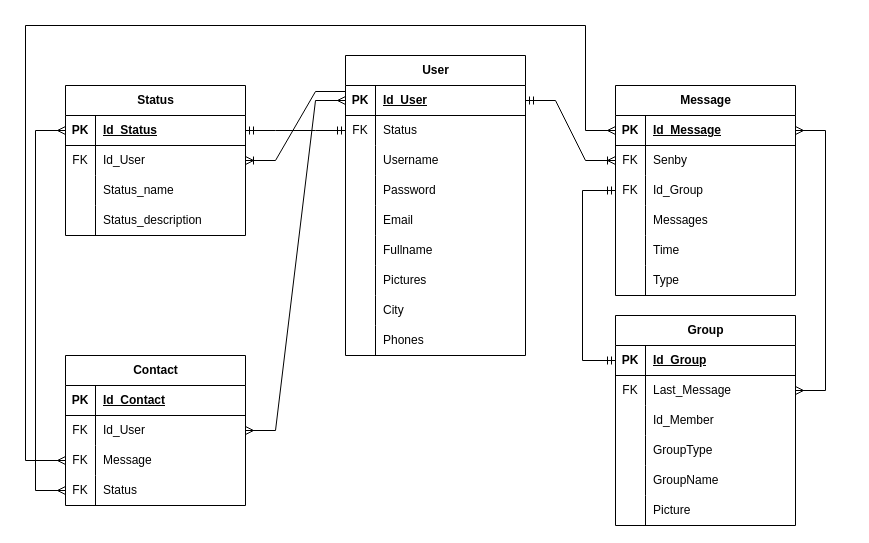
This is backend/model/ERD.drawio from billzayy/Mobile_Chat_App, a draw.io file, before an edit. Source tidied: cells renumbered, new cells numbered last; positions are measured from the earlier drawing's top-left corner, leaving out a move shared by most shapes. Both pictures are drawn from the tidied source at 100%, with x=0, y=0 at pixel (25, 25).
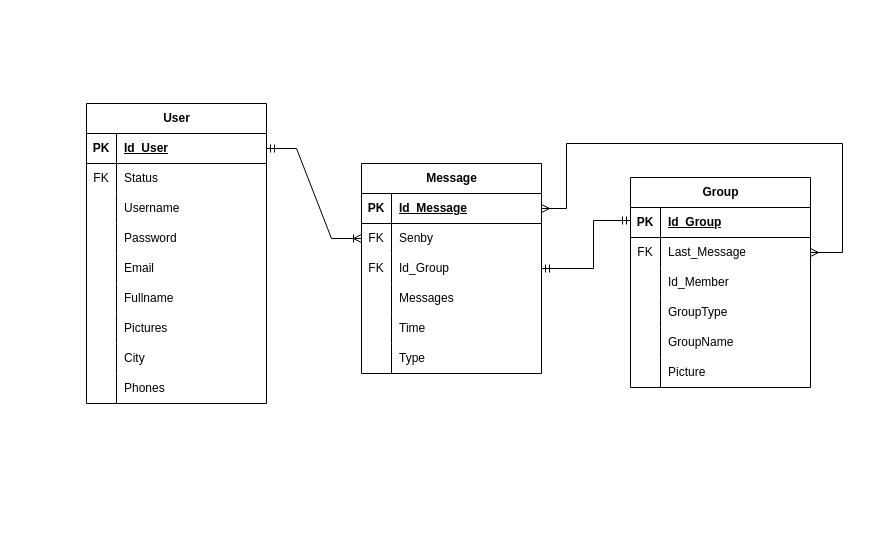
After the change.

Unchanged cells that the change refers to:
```xml
<mxCell id="3" style="shape=tableRow;horizontal=0;startSize=0;swimlaneHead=0;swimlaneBody=0;fillColor=none;points=[[0,0.5],[1,0.5]];portConstraint=eastwest;top=0;left=0;right=0;bottom=1;" parent="2" vertex="1">
  <mxGeometry y="30" width="180" height="30" as="geometry" />
</mxCell>
<mxCell id="6" style="shape=tableRow;horizontal=0;startSize=0;swimlaneHead=0;swimlaneBody=0;fillColor=none;points=[[0,0.5],[1,0.5]];portConstraint=eastwest;top=0;left=0;right=0;bottom=0;" parent="2" vertex="1">
  <mxGeometry y="60" width="180" height="30" as="geometry" />
</mxCell>
<mxCell id="44" style="shape=tableRow;horizontal=0;startSize=0;swimlaneHead=0;swimlaneBody=0;fillColor=none;points=[[0,0.5],[1,0.5]];portConstraint=eastwest;top=0;left=0;right=0;bottom=1;" parent="43" vertex="1">
  <mxGeometry y="30" width="180" height="30" as="geometry" />
</mxCell>
<mxCell id="47" style="shape=tableRow;horizontal=0;startSize=0;swimlaneHead=0;swimlaneBody=0;fillColor=none;points=[[0,0.5],[1,0.5]];portConstraint=eastwest;top=0;left=0;right=0;bottom=0;" parent="43" vertex="1">
  <mxGeometry y="60" width="180" height="30" as="geometry" />
</mxCell>
<mxCell id="63" style="shape=tableRow;horizontal=0;startSize=0;swimlaneHead=0;swimlaneBody=0;fillColor=none;points=[[0,0.5],[1,0.5]];portConstraint=eastwest;top=0;left=0;right=0;bottom=1;" parent="62" vertex="1">
  <mxGeometry y="30" width="180" height="30" as="geometry" />
</mxCell>
<mxCell id="66" style="shape=tableRow;horizontal=0;startSize=0;swimlaneHead=0;swimlaneBody=0;fillColor=none;points=[[0,0.5],[1,0.5]];portConstraint=eastwest;top=0;left=0;right=0;bottom=0;" parent="62" vertex="1">
  <mxGeometry y="60" width="180" height="30" as="geometry" />
</mxCell>
<mxCell id="69" style="shape=tableRow;horizontal=0;startSize=0;swimlaneHead=0;swimlaneBody=0;fillColor=none;points=[[0,0.5],[1,0.5]];portConstraint=eastwest;top=0;left=0;right=0;bottom=0;" parent="62" vertex="1">
  <mxGeometry y="90" width="180" height="30" as="geometry" />
</mxCell>
```

Diff of the diagram source:
```diff
@@
     <mxCell id="2" value="User" style="shape=table;startSize=30;childLayout=tableLayout;rowLines=0;fontStyle=1;align=center;html=1;" parent="1" vertex="1">
-      <mxGeometry x="320" y="30" width="180" height="300" as="geometry" />
+      <mxGeometry x="61" y="78" width="180" height="300" as="geometry" />
     </mxCell>
@@
-    <mxCell id="30" value="Status" style="shape=table;startSize=30;childLayout=tableLayout;rowLines=0;fontStyle=1;align=center;html=1;" parent="1" vertex="1">
-      <mxGeometry x="40" y="60" width="180" height="150" as="geometry" />
-    </mxCell>
-    <mxCell id="31" style="shape=tableRow;horizontal=0;startSize=0;swimlaneHead=0;swimlaneBody=0;fillColor=none;points=[[0,0.5],[1,0.5]];portConstraint=eastwest;top=0;left=0;right=0;bottom=1;" parent="30" vertex="1">
-      <mxGeometry y="30" width="180" height="30" as="geometry" />
-    </mxCell>
-    <mxCell id="32" value="PK" style="shape=partialRectangle;fillColor=none;top=0;left=0;bottom=0;right=0;fontStyle=1;overflow=hidden;whiteSpace=wrap;html=1;" parent="31" vertex="1">
-      <mxGeometry width="30" height="30" as="geometry" />
-    </mxCell>
-    <mxCell id="33" value="Id_Status" style="shape=partialRectangle;fillColor=none;top=0;left=0;bottom=0;right=0;align=left;spacingLeft=6;fontStyle=5;overflow=hidden;whiteSpace=wrap;html=1;" parent="31" vertex="1">
-      <mxGeometry x="30" width="150" height="30" as="geometry" />
-    </mxCell>
-    <mxCell id="34" style="shape=tableRow;horizontal=0;startSize=0;swimlaneHead=0;swimlaneBody=0;fillColor=none;points=[[0,0.5],[1,0.5]];portConstraint=eastwest;top=0;left=0;right=0;bottom=0;" parent="30" vertex="1">
-      <mxGeometry y="60" width="180" height="30" as="geometry" />
-    </mxCell>
-    <mxCell id="35" value="FK" style="shape=partialRectangle;fillColor=none;top=0;left=0;bottom=0;right=0;overflow=hidden;whiteSpace=wrap;html=1;" parent="34" vertex="1">
-      <mxGeometry width="30" height="30" as="geometry" />
-    </mxCell>
-    <mxCell id="36" value="Id_User" style="shape=partialRectangle;fillColor=none;top=0;left=0;bottom=0;right=0;align=left;spacingLeft=6;overflow=hidden;whiteSpace=wrap;html=1;" parent="34" vertex="1">
-      <mxGeometry x="30" width="150" height="30" as="geometry" />
-    </mxCell>
-    <mxCell id="37" style="shape=tableRow;horizontal=0;startSize=0;swimlaneHead=0;swimlaneBody=0;fillColor=none;top=0;left=0;right=0;bottom=0;" parent="30" vertex="1">
-      <mxGeometry y="90" width="180" height="30" as="geometry" />
-    </mxCell>
-    <mxCell id="38" style="shape=partialRectangle;fillColor=none;top=0;left=0;bottom=0;right=0;overflow=hidden;whiteSpace=wrap;html=1;" parent="37" vertex="1">
-      <mxGeometry width="30" height="30" as="geometry" />
-    </mxCell>
-    <mxCell id="39" value="Status_name" style="shape=partialRectangle;fillColor=none;top=0;left=0;bottom=0;right=0;align=left;spacingLeft=6;overflow=hidden;whiteSpace=wrap;html=1;" parent="37" vertex="1">
-      <mxGeometry x="30" width="150" height="30" as="geometry" />
-    </mxCell>
-    <mxCell id="40" style="shape=tableRow;horizontal=0;startSize=0;swimlaneHead=0;swimlaneBody=0;fillColor=none;top=0;left=0;right=0;bottom=0;" parent="30" vertex="1">
-      <mxGeometry y="120" width="180" height="30" as="geometry" />
-    </mxCell>
-    <mxCell id="41" style="shape=partialRectangle;fillColor=none;top=0;left=0;bottom=0;right=0;overflow=hidden;whiteSpace=wrap;html=1;" parent="40" vertex="1">
-      <mxGeometry width="30" height="30" as="geometry" />
-    </mxCell>
-    <mxCell id="42" value="Status_description" style="shape=partialRectangle;fillColor=none;top=0;left=0;bottom=0;right=0;align=left;spacingLeft=6;overflow=hidden;whiteSpace=wrap;html=1;" parent="40" vertex="1">
-      <mxGeometry x="30" width="150" height="30" as="geometry" />
-    </mxCell>
     <mxCell id="43" value="Group" style="shape=table;startSize=30;childLayout=tableLayout;rowLines=0;fontStyle=1;align=center;html=1;" parent="1" vertex="1">
-      <mxGeometry x="590" y="290" width="180" height="210" as="geometry" />
+      <mxGeometry x="605" y="152" width="180" height="210" as="geometry" />
     </mxCell>
@@
     <mxCell id="62" value="Message" style="shape=table;startSize=30;childLayout=tableLayout;rowLines=0;fontStyle=1;align=center;html=1;" parent="1" vertex="1">
-      <mxGeometry x="590" y="60" width="180" height="210" as="geometry" />
+      <mxGeometry x="336" y="138" width="180" height="210" as="geometry" />
     </mxCell>
@@
-    <mxCell id="81" value="Contact" style="shape=table;startSize=30;childLayout=tableLayout;rowLines=0;fontStyle=1;align=center;html=1;" parent="1" vertex="1">
-      <mxGeometry x="40" y="330" width="180" height="150" as="geometry" />
-    </mxCell>
-    <mxCell id="82" style="shape=tableRow;horizontal=0;startSize=0;swimlaneHead=0;swimlaneBody=0;fillColor=none;top=0;left=0;right=0;bottom=1;" parent="81" vertex="1">
-      <mxGeometry y="30" width="180" height="30" as="geometry" />
-    </mxCell>
-    <mxCell id="83" value="PK" style="shape=partialRectangle;fillColor=none;top=0;left=0;bottom=0;right=0;fontStyle=1;overflow=hidden;whiteSpace=wrap;html=1;" parent="82" vertex="1">
-      <mxGeometry width="30" height="30" as="geometry" />
-    </mxCell>
-    <mxCell id="84" value="Id_Contact" style="shape=partialRectangle;fillColor=none;top=0;left=0;bottom=0;right=0;align=left;spacingLeft=6;fontStyle=5;overflow=hidden;whiteSpace=wrap;html=1;" parent="82" vertex="1">
-      <mxGeometry x="30" width="150" height="30" as="geometry" />
-    </mxCell>
-    <mxCell id="85" style="shape=tableRow;horizontal=0;startSize=0;swimlaneHead=0;swimlaneBody=0;fillColor=none;points=[[0,0.5],[1,0.5]];portConstraint=eastwest;top=0;left=0;right=0;bottom=0;" parent="81" vertex="1">
-      <mxGeometry y="60" width="180" height="30" as="geometry" />
-    </mxCell>
-    <mxCell id="86" value="FK" style="shape=partialRectangle;fillColor=none;top=0;left=0;bottom=0;right=0;overflow=hidden;whiteSpace=wrap;html=1;" parent="85" vertex="1">
-      <mxGeometry width="30" height="30" as="geometry" />
-    </mxCell>
-    <mxCell id="87" value="Id_User" style="shape=partialRectangle;fillColor=none;top=0;left=0;bottom=0;right=0;align=left;spacingLeft=6;overflow=hidden;whiteSpace=wrap;html=1;" parent="85" vertex="1">
-      <mxGeometry x="30" width="150" height="30" as="geometry" />
-    </mxCell>
-    <mxCell id="88" style="shape=tableRow;horizontal=0;startSize=0;swimlaneHead=0;swimlaneBody=0;fillColor=none;points=[[0,0.5],[1,0.5]];portConstraint=eastwest;top=0;left=0;right=0;bottom=0;" parent="81" vertex="1">
-      <mxGeometry y="90" width="180" height="30" as="geometry" />
-    </mxCell>
-    <mxCell id="89" value="FK" style="shape=partialRectangle;fillColor=none;top=0;left=0;bottom=0;right=0;overflow=hidden;whiteSpace=wrap;html=1;" parent="88" vertex="1">
-      <mxGeometry width="30" height="30" as="geometry" />
-    </mxCell>
-    <mxCell id="90" value="Message" style="shape=partialRectangle;fillColor=none;top=0;left=0;bottom=0;right=0;align=left;spacingLeft=6;overflow=hidden;whiteSpace=wrap;html=1;" parent="88" vertex="1">
-      <mxGeometry x="30" width="150" height="30" as="geometry" />
-    </mxCell>
-    <mxCell id="91" style="shape=tableRow;horizontal=0;startSize=0;swimlaneHead=0;swimlaneBody=0;fillColor=none;points=[[0,0.5],[1,0.5]];portConstraint=eastwest;top=0;left=0;right=0;bottom=0;" parent="81" vertex="1">
-      <mxGeometry y="120" width="180" height="30" as="geometry" />
-    </mxCell>
-    <mxCell id="92" value="FK" style="shape=partialRectangle;fillColor=none;top=0;left=0;bottom=0;right=0;overflow=hidden;whiteSpace=wrap;html=1;" parent="91" vertex="1">
-      <mxGeometry width="30" height="30" as="geometry" />
-    </mxCell>
-    <mxCell id="93" value="Status" style="shape=partialRectangle;fillColor=none;top=0;left=0;bottom=0;right=0;align=left;spacingLeft=6;overflow=hidden;whiteSpace=wrap;html=1;" parent="91" vertex="1">
-      <mxGeometry x="30" width="150" height="30" as="geometry" />
-    </mxCell>
-    <mxCell id="94" style="edgeStyle=entityRelationEdgeStyle;fontSize=12;html=1;endArrow=ERoneToMany;rounded=0;exitX=0;exitY=0.2;exitDx=0;exitDy=0;entryX=1;entryY=0.5;entryDx=0;entryDy=0;exitPerimeter=0;" parent="1" edge="1" source="3" target="34">
-      <mxGeometry relative="1" as="geometry" />
-    </mxCell>
-    <mxCell id="95" style="edgeStyle=entityRelationEdgeStyle;fontSize=12;html=1;endArrow=ERmandOne;startArrow=ERmandOne;rounded=0;exitX=1;exitY=0.5;exitDx=0;exitDy=0;entryX=0;entryY=0.5;entryDx=0;entryDy=0;" parent="1" edge="1" source="31" target="6">
-      <mxGeometry relative="1" as="geometry" />
-    </mxCell>
-    <mxCell id="96" style="edgeStyle=entityRelationEdgeStyle;fontSize=12;html=1;endArrow=ERoneToMany;startArrow=ERmandOne;rounded=0;exitX=1;exitY=0.5;exitDx=0;exitDy=0;" parent="1" edge="1" source="3">
-      <mxGeometry relative="1" as="geometry">
-        <mxPoint x="590" y="135" as="targetPoint" />
-      </mxGeometry>
+    <mxCell id="96" style="edgeStyle=entityRelationEdgeStyle;fontSize=12;html=1;endArrow=ERoneToMany;startArrow=ERmandOne;rounded=0;exitX=1;exitY=0.5;exitDx=0;exitDy=0;entryX=0;entryY=0.5;entryDx=0;entryDy=0;" parent="1" edge="1" source="3" target="66">
+      <mxGeometry relative="1" as="geometry" />
     </mxCell>
-    <mxCell id="97" style="edgeStyle=entityRelationEdgeStyle;fontSize=12;html=1;endArrow=ERmany;startArrow=ERmany;rounded=0;entryX=1;entryY=0.5;entryDx=0;entryDy=0;exitX=1;exitY=0.5;exitDx=0;exitDy=0;" parent="1" edge="1" source="63" target="47">
-      <mxGeometry relative="1" as="geometry" />
+    <mxCell id="97" style="edgeStyle=orthogonalEdgeStyle;fontSize=12;html=1;endArrow=ERmany;startArrow=ERmany;rounded=0;exitX=1;exitY=0.5;exitDx=0;exitDy=0;entryX=1;entryY=0.5;entryDx=0;entryDy=0;" parent="1" edge="1" source="63" target="47">
+      <mxGeometry relative="1" as="geometry">
+        <Array as="points">
+          <mxPoint x="541" y="183" />
+          <mxPoint x="541" y="118" />
+          <mxPoint x="817" y="118" />
+          <mxPoint x="817" y="227" />
+        </Array>
+      </mxGeometry>
     </mxCell>
-    <mxCell id="98" style="edgeStyle=entityRelationEdgeStyle;fontSize=12;html=1;endArrow=ERmany;startArrow=ERmany;rounded=0;exitX=1;exitY=0.5;exitDx=0;exitDy=0;entryX=0;entryY=0.5;entryDx=0;entryDy=0;" parent="1" edge="1" source="85" target="3">
-      <mxGeometry relative="1" as="geometry" />
-    </mxCell>
-    <mxCell id="99" style="edgeStyle=orthogonalEdgeStyle;fontSize=12;html=1;endArrow=ERmany;startArrow=ERmany;rounded=0;entryX=0;entryY=0.5;entryDx=0;entryDy=0;exitX=0;exitY=0.5;exitDx=0;exitDy=0;" parent="1" edge="1" source="91" target="31">
-      <mxGeometry relative="1" as="geometry">
-        <Array as="points">
-          <mxPoint x="10" y="465" />
-          <mxPoint x="10" y="105" />
-        </Array>
-      </mxGeometry>
-    </mxCell>
-    <mxCell id="100" style="edgeStyle=orthogonalEdgeStyle;fontSize=12;html=1;endArrow=ERmany;startArrow=ERmany;rounded=0;entryX=0;entryY=0.5;entryDx=0;entryDy=0;exitX=0;exitY=0.5;exitDx=0;exitDy=0;" parent="1" edge="1" source="88" target="63">
-      <mxGeometry relative="1" as="geometry">
-        <Array as="points">
-          <mxPoint y="435" />
-          <mxPoint />
-          <mxPoint x="560" />
-          <mxPoint x="560" y="105" />
-        </Array>
-      </mxGeometry>
-    </mxCell>
-    <mxCell id="101" style="edgeStyle=orthogonalEdgeStyle;html=1;exitX=0;exitY=0.5;exitDx=0;exitDy=0;entryX=0;entryY=0.5;entryDx=0;entryDy=0;endArrow=ERmandOne;endFill=0;startArrow=ERmandOne;startFill=0;rounded=0;" parent="1" edge="1" source="69" target="44">
+    <mxCell id="101" style="edgeStyle=orthogonalEdgeStyle;html=1;exitX=1;exitY=0.5;exitDx=0;exitDy=0;endArrow=ERmandOne;endFill=0;startArrow=ERmandOne;startFill=0;rounded=0;" parent="1" edge="1" source="69" target="44">
       <mxGeometry relative="1" as="geometry">
         <Array as="points">
-          <mxPoint x="557" y="165" />
-          <mxPoint x="557" y="335" />
+          <mxPoint x="568" y="243" />
+          <mxPoint x="568" y="195" />
         </Array>
       </mxGeometry>
     </mxCell>
```
